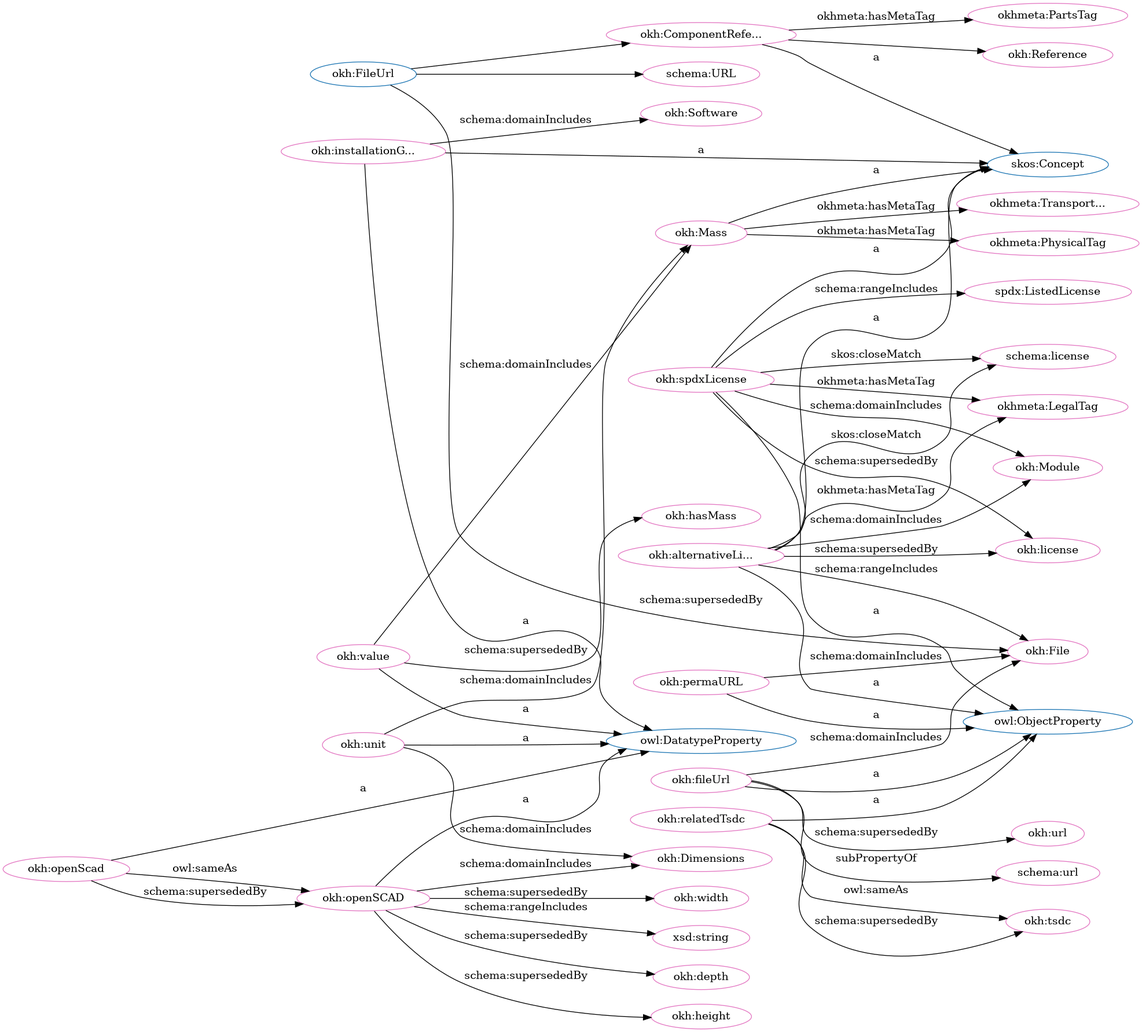
iop-alliance/OpenKnowHow keeps this Graphviz diagram as src/spec/dot_okh_deprecated.png. Above is the earlier version. Its source is kept beside it as src/spec/dot_okh_deprecated.dot.
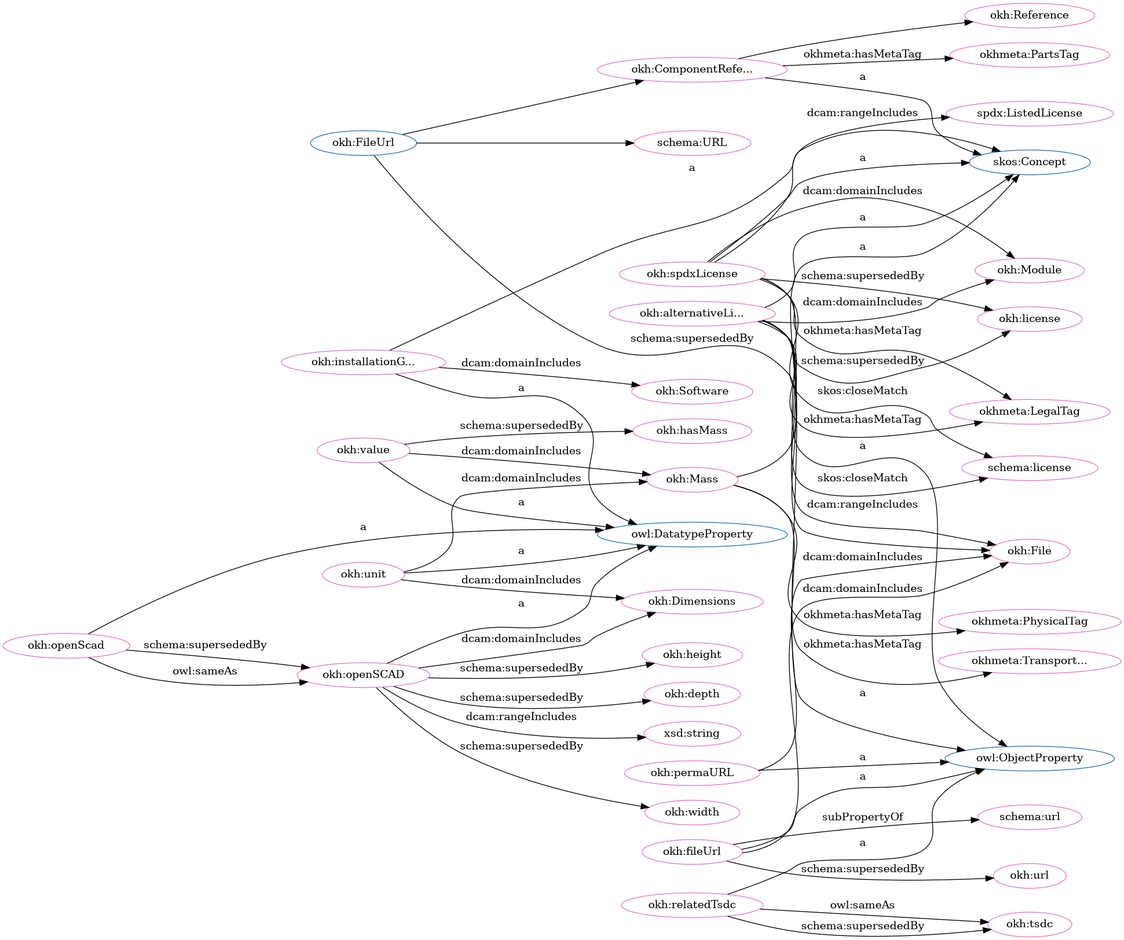
Later version of the same file.

The edit, as a diff of the source:
```diff
@@ -1,101 +1,95 @@
 digraph G {
   rankdir=BT
   node[height=.3]
-"http://w3id.org/oseg/ont/okh#Software" [fillcolor="#1f77b4" color="#1f77b4" label="okh:Software"]
+"http://schema.org/URL" [fillcolor="#1f77b4" color="#1f77b4" label="schema:URL"]
+"http://www.w3.org/2002/07/owl#DatatypeProperty" [fillcolor="#1f77b4" color="#1f77b4" label="owl:DatatypeProperty"]
 "http://w3id.org/oseg/ont/okh#Reference" [fillcolor="#1f77b4" color="#1f77b4" label="okh:Reference"]
+"http://www.w3.org/2004/02/skos/core#Concept" [fillcolor="#1f77b4" color="#1f77b4" label="skos:Concept"]
+"http://www.w3.org/2002/07/owl#ObjectProperty" [fillcolor="#1f77b4" color="#1f77b4" label="owl:ObjectProperty"]
+"http://w3id.org/oseg/ont/okh#ComponentReference" [fillcolor="#1f77b4" color="#1f77b4" label="okh:ComponentRefe..."]
 "http://w3id.org/oseg/ont/okh#Mass" [fillcolor="#1f77b4" color="#1f77b4" label="okh:Mass"]
-"http://w3id.org/oseg/ont/okh#File" [fillcolor="#1f77b4" color="#1f77b4" label="okh:File"]
-"http://w3id.org/oseg/ont/okh#ComponentReference" [fillcolor="#1f77b4" color="#1f77b4" label="okh:ComponentRefe..."]
-"http://w3id.org/oseg/ont/okh#Module" [fillcolor="#1f77b4" color="#1f77b4" label="okh:Module"]
-"http://www.w3.org/2002/07/owl#ObjectProperty" [fillcolor="#1f77b4" color="#1f77b4" label="owl:ObjectProperty"]
-"http://w3id.org/oseg/ont/okh#Dimensions" [fillcolor="#1f77b4" color="#1f77b4" label="okh:Dimensions"]
-"http://www.w3.org/2002/07/owl#DatatypeProperty" [fillcolor="#1f77b4" color="#1f77b4" label="owl:DatatypeProperty"]
-"http://spdx.org/rdf/terms#ListedLicense" [fillcolor="#1f77b4" color="#1f77b4" label="spdx:ListedLicense"]
 "http://w3id.org/oseg/ont/okh#FileUrl" [fillcolor="#1f77b4" color="#1f77b4" label="okh:FileUrl"]
-"http://www.w3.org/2004/02/skos/core#Concept" [fillcolor="#1f77b4" color="#1f77b4" label="skos:Concept"]
-"http://schema.org/URL" [fillcolor="#1f77b4" color="#1f77b4" label="schema:URL"]
-"http://www.w3.org/2001/XMLSchema#string" [fillcolor="#1f77b4" color="#1f77b4" label="xsd:string"]
+"http://schema.org/URL" [fillcolor="#e377c2" color="#e377c2" label="schema:URL"]
+"http://schema.org/url" [fillcolor="#e377c2" color="#e377c2" label="schema:url"]
+"http://w3id.org/oseg/ont/okh#Mass" [fillcolor="#e377c2" color="#e377c2" label="okh:Mass"]
+"http://w3id.org/oseg/ont/okh#spdxLicense" [fillcolor="#e377c2" color="#e377c2" label="okh:spdxLicense"]
+"http://w3id.org/oseg/ont/okhmetaLegalTag" [fillcolor="#e377c2" color="#e377c2" label="okhmeta:LegalTag"]
+"http://w3id.org/oseg/ont/okh#license" [fillcolor="#e377c2" color="#e377c2" label="okh:license"]
+"http://w3id.org/oseg/ont/okh#openSCAD" [fillcolor="#e377c2" color="#e377c2" label="okh:openSCAD"]
+"http://w3id.org/oseg/ont/okh#permaURL" [fillcolor="#e377c2" color="#e377c2" label="okh:permaURL"]
+"http://w3id.org/oseg/ont/okh#ComponentReference" [fillcolor="#e377c2" color="#e377c2" label="okh:ComponentRefe..."]
+"http://w3id.org/oseg/ont/okh#Module" [fillcolor="#e377c2" color="#e377c2" label="okh:Module"]
+"http://w3id.org/oseg/ont/okh#installationGuide" [fillcolor="#e377c2" color="#e377c2" label="okh:installationG..."]
+"http://w3id.org/oseg/ont/okh#alternativeLicense" [fillcolor="#e377c2" color="#e377c2" label="okh:alternativeLi..."]
+"http://w3id.org/oseg/ont/okh#File" [fillcolor="#e377c2" color="#e377c2" label="okh:File"]
+"http://w3id.org/oseg/ont/okh#relatedTsdc" [fillcolor="#e377c2" color="#e377c2" label="okh:relatedTsdc"]
+"http://schema.org/license" [fillcolor="#e377c2" color="#e377c2" label="schema:license"]
+"http://w3id.org/oseg/ont/okh#openScad" [fillcolor="#e377c2" color="#e377c2" label="okh:openScad"]
+"http://w3id.org/oseg/ont/okh#tsdc" [fillcolor="#e377c2" color="#e377c2" label="okh:tsdc"]
+"http://w3id.org/oseg/ont/okhmetaTransportationTag" [fillcolor="#e377c2" color="#e377c2" label="okhmeta:Transport..."]
+"http://w3id.org/oseg/ont/okh#Dimensions" [fillcolor="#e377c2" color="#e377c2" label="okh:Dimensions"]
+"http://w3id.org/oseg/ont/okhmetaPartsTag" [fillcolor="#e377c2" color="#e377c2" label="okhmeta:PartsTag"]
+"http://w3id.org/oseg/ont/okh#Reference" [fillcolor="#e377c2" color="#e377c2" label="okh:Reference"]
+"http://w3id.org/oseg/ont/okh#unit" [fillcolor="#e377c2" color="#e377c2" label="okh:unit"]
+"http://www.w3.org/2001/XMLSchema#string" [fillcolor="#e377c2" color="#e377c2" label="xsd:string"]
+"http://w3id.org/oseg/ont/okh#url" [fillcolor="#e377c2" color="#e377c2" label="okh:url"]
+"http://w3id.org/oseg/ont/okh#width" [fillcolor="#e377c2" color="#e377c2" label="okh:width"]
+"http://w3id.org/oseg/ont/okh#fileUrl" [fillcolor="#e377c2" color="#e377c2" label="okh:fileUrl"]
+"http://w3id.org/oseg/ont/okh#hasMass" [fillcolor="#e377c2" color="#e377c2" label="okh:hasMass"]
+"http://w3id.org/oseg/ont/okh#height" [fillcolor="#e377c2" color="#e377c2" label="okh:height"]
 "http://w3id.org/oseg/ont/okh#Software" [fillcolor="#e377c2" color="#e377c2" label="okh:Software"]
-"http://www.w3.org/2001/XMLSchema#string" [fillcolor="#e377c2" color="#e377c2" label="xsd:string"]
-"http://w3id.org/oseg/ont/okhmetaTransportationTag" [fillcolor="#e377c2" color="#e377c2" label="okhmeta:Transport..."]
+"http://w3id.org/oseg/ont/okh#value" [fillcolor="#e377c2" color="#e377c2" label="okh:value"]
 "http://w3id.org/oseg/ont/okhmetaPhysicalTag" [fillcolor="#e377c2" color="#e377c2" label="okhmeta:PhysicalTag"]
-"http://w3id.org/oseg/ont/okh#unit" [fillcolor="#e377c2" color="#e377c2" label="okh:unit"]
-"http://w3id.org/oseg/ont/okh#tsdc" [fillcolor="#e377c2" color="#e377c2" label="okh:tsdc"]
-"http://w3id.org/oseg/ont/okh#Mass" [fillcolor="#e377c2" color="#e377c2" label="okh:Mass"]
-"http://w3id.org/oseg/ont/okh#Module" [fillcolor="#e377c2" color="#e377c2" label="okh:Module"]
-"http://w3id.org/oseg/ont/okh#spdxLicense" [fillcolor="#e377c2" color="#e377c2" label="okh:spdxLicense"]
 "http://spdx.org/rdf/terms#ListedLicense" [fillcolor="#e377c2" color="#e377c2" label="spdx:ListedLicense"]
-"http://w3id.org/oseg/ont/okh#installationGuide" [fillcolor="#e377c2" color="#e377c2" label="okh:installationG..."]
-"http://w3id.org/oseg/ont/okh#url" [fillcolor="#e377c2" color="#e377c2" label="okh:url"]
-"http://w3id.org/oseg/ont/okh#hasMass" [fillcolor="#e377c2" color="#e377c2" label="okh:hasMass"]
-"http://w3id.org/oseg/ont/okh#File" [fillcolor="#e377c2" color="#e377c2" label="okh:File"]
-"http://w3id.org/oseg/ont/okh#openSCAD" [fillcolor="#e377c2" color="#e377c2" label="okh:openSCAD"]
-"http://w3id.org/oseg/ont/okh#Reference" [fillcolor="#e377c2" color="#e377c2" label="okh:Reference"]
-"http://schema.org/URL" [fillcolor="#e377c2" color="#e377c2" label="schema:URL"]
-"http://w3id.org/oseg/ont/okhmetaPartsTag" [fillcolor="#e377c2" color="#e377c2" label="okhmeta:PartsTag"]
-"http://w3id.org/oseg/ont/okh#license" [fillcolor="#e377c2" color="#e377c2" label="okh:license"]
-"http://w3id.org/oseg/ont/okh#Dimensions" [fillcolor="#e377c2" color="#e377c2" label="okh:Dimensions"]
-"http://w3id.org/oseg/ont/okh#alternativeLicense" [fillcolor="#e377c2" color="#e377c2" label="okh:alternativeLi..."]
-"http://w3id.org/oseg/ont/okh#fileUrl" [fillcolor="#e377c2" color="#e377c2" label="okh:fileUrl"]
-"http://w3id.org/oseg/ont/okh#ComponentReference" [fillcolor="#e377c2" color="#e377c2" label="okh:ComponentRefe..."]
 "http://w3id.org/oseg/ont/okh#depth" [fillcolor="#e377c2" color="#e377c2" label="okh:depth"]
-"http://w3id.org/oseg/ont/okh#permaURL" [fillcolor="#e377c2" color="#e377c2" label="okh:permaURL"]
-"http://w3id.org/oseg/ont/okhmetaLegalTag" [fillcolor="#e377c2" color="#e377c2" label="okhmeta:LegalTag"]
-"http://w3id.org/oseg/ont/okh#height" [fillcolor="#e377c2" color="#e377c2" label="okh:height"]
-"http://w3id.org/oseg/ont/okh#value" [fillcolor="#e377c2" color="#e377c2" label="okh:value"]
-"http://w3id.org/oseg/ont/okh#openScad" [fillcolor="#e377c2" color="#e377c2" label="okh:openScad"]
-"http://schema.org/license" [fillcolor="#e377c2" color="#e377c2" label="schema:license"]
-"http://w3id.org/oseg/ont/okh#width" [fillcolor="#e377c2" color="#e377c2" label="okh:width"]
-"http://schema.org/url" [fillcolor="#e377c2" color="#e377c2" label="schema:url"]
-"http://w3id.org/oseg/ont/okh#relatedTsdc" [fillcolor="#e377c2" color="#e377c2" label="okh:relatedTsdc"]
-  "http://w3id.org/oseg/ont/okh#installationGuide" -> "http://w3id.org/oseg/ont/okh#Software" [label="schema:domainIncludes"]
+  "http://w3id.org/oseg/ont/okh#FileUrl" -> "http://schema.org/URL" [label=""]
+  "http://w3id.org/oseg/ont/okh#fileUrl" -> "http://schema.org/url" [label="subPropertyOf"]
+  "http://w3id.org/oseg/ont/okh#alternativeLicense" -> "http://w3id.org/oseg/ont/okhmetaLegalTag" [label="okhmeta:hasMetaTag"]
+  "http://w3id.org/oseg/ont/okh#spdxLicense" -> "http://www.w3.org/2004/02/skos/core#Concept" [label="a"]
+  "http://w3id.org/oseg/ont/okh#alternativeLicense" -> "http://w3id.org/oseg/ont/okh#license" [label="schema:supersededBy"]
+  "http://w3id.org/oseg/ont/okh#permaURL" -> "http://w3id.org/oseg/ont/okh#File" [label="dcam:domainIncludes"]
+  "http://w3id.org/oseg/ont/okh#fileUrl" -> "http://w3id.org/oseg/ont/okh#File" [label="dcam:domainIncludes"]
+  "http://w3id.org/oseg/ont/okh#FileUrl" -> "http://w3id.org/oseg/ont/okh#File" [label="schema:supersededBy"]
+  "http://w3id.org/oseg/ont/okh#Mass" -> "http://w3id.org/oseg/ont/okhmetaTransportationTag" [label="okhmeta:hasMetaTag"]
+  "http://w3id.org/oseg/ont/okh#ComponentReference" -> "http://w3id.org/oseg/ont/okhmetaPartsTag" [label="okhmeta:hasMetaTag"]
+  "http://w3id.org/oseg/ont/okh#ComponentReference" -> "http://w3id.org/oseg/ont/okh#Reference" [label=""]
+  "http://w3id.org/oseg/ont/okh#unit" -> "http://www.w3.org/2002/07/owl#DatatypeProperty" [label="a"]
+  "http://w3id.org/oseg/ont/okh#alternativeLicense" -> "http://www.w3.org/2004/02/skos/core#Concept" [label="a"]
+  "http://w3id.org/oseg/ont/okh#openSCAD" -> "http://w3id.org/oseg/ont/okh#width" [label="schema:supersededBy"]
+  "http://w3id.org/oseg/ont/okh#fileUrl" -> "http://www.w3.org/2002/07/owl#ObjectProperty" [label="a"]
+  "http://w3id.org/oseg/ont/okh#openSCAD" -> "http://w3id.org/oseg/ont/okh#height" [label="schema:supersededBy"]
+  "http://w3id.org/oseg/ont/okh#spdxLicense" -> "http://w3id.org/oseg/ont/okhmetaLegalTag" [label="okhmeta:hasMetaTag"]
+  "http://w3id.org/oseg/ont/okh#installationGuide" -> "http://w3id.org/oseg/ont/okh#Software" [label="dcam:domainIncludes"]
+  "http://w3id.org/oseg/ont/okh#value" -> "http://www.w3.org/2002/07/owl#DatatypeProperty" [label="a"]
+  "http://w3id.org/oseg/ont/okh#spdxLicense" -> "http://www.w3.org/2002/07/owl#ObjectProperty" [label="a"]
+  "http://w3id.org/oseg/ont/okh#unit" -> "http://w3id.org/oseg/ont/okh#Dimensions" [label="dcam:domainIncludes"]
+  "http://w3id.org/oseg/ont/okh#unit" -> "http://w3id.org/oseg/ont/okh#Mass" [label="dcam:domainIncludes"]
+  "http://w3id.org/oseg/ont/okh#spdxLicense" -> "http://spdx.org/rdf/terms#ListedLicense" [label="dcam:rangeIncludes"]
+  "http://w3id.org/oseg/ont/okh#ComponentReference" -> "http://www.w3.org/2004/02/skos/core#Concept" [label="a"]
+  "http://w3id.org/oseg/ont/okh#openSCAD" -> "http://w3id.org/oseg/ont/okh#depth" [label="schema:supersededBy"]
+  "http://w3id.org/oseg/ont/okh#value" -> "http://w3id.org/oseg/ont/okh#Mass" [label="dcam:domainIncludes"]
+  "http://w3id.org/oseg/ont/okh#openScad" -> "http://w3id.org/oseg/ont/okh#openSCAD" [label="schema:supersededBy"]
+  "http://w3id.org/oseg/ont/okh#permaURL" -> "http://www.w3.org/2002/07/owl#ObjectProperty" [label="a"]
+  "http://w3id.org/oseg/ont/okh#FileUrl" -> "http://w3id.org/oseg/ont/okh#ComponentReference" [label=""]
+  "http://w3id.org/oseg/ont/okh#spdxLicense" -> "http://w3id.org/oseg/ont/okh#Module" [label="dcam:domainIncludes"]
+  "http://w3id.org/oseg/ont/okh#installationGuide" -> "http://www.w3.org/2002/07/owl#DatatypeProperty" [label="a"]
+  "http://w3id.org/oseg/ont/okh#alternativeLicense" -> "http://www.w3.org/2002/07/owl#ObjectProperty" [label="a"]
+  "http://w3id.org/oseg/ont/okh#relatedTsdc" -> "http://www.w3.org/2002/07/owl#ObjectProperty" [label="a"]
+  "http://w3id.org/oseg/ont/okh#installationGuide" -> "http://www.w3.org/2004/02/skos/core#Concept" [label="a"]
+  "http://w3id.org/oseg/ont/okh#spdxLicense" -> "http://schema.org/license" [label="skos:closeMatch"]
+  "http://w3id.org/oseg/ont/okh#openScad" -> "http://www.w3.org/2002/07/owl#DatatypeProperty" [label="a"]
+  "http://w3id.org/oseg/ont/okh#relatedTsdc" -> "http://w3id.org/oseg/ont/okh#tsdc" [label="owl:sameAs"]
+  "http://w3id.org/oseg/ont/okh#alternativeLicense" -> "http://w3id.org/oseg/ont/okh#File" [label="dcam:rangeIncludes"]
+  "http://w3id.org/oseg/ont/okh#openScad" -> "http://w3id.org/oseg/ont/okh#openSCAD" [label="owl:sameAs"]
+  "http://w3id.org/oseg/ont/okh#openSCAD" -> "http://w3id.org/oseg/ont/okh#Dimensions" [label="dcam:domainIncludes"]
+  "http://w3id.org/oseg/ont/okh#openSCAD" -> "http://www.w3.org/2001/XMLSchema#string" [label="dcam:rangeIncludes"]
+  "http://w3id.org/oseg/ont/okh#fileUrl" -> "http://w3id.org/oseg/ont/okh#url" [label="schema:supersededBy"]
+  "http://w3id.org/oseg/ont/okh#alternativeLicense" -> "http://w3id.org/oseg/ont/okh#Module" [label="dcam:domainIncludes"]
+  "http://w3id.org/oseg/ont/okh#value" -> "http://w3id.org/oseg/ont/okh#hasMass" [label="schema:supersededBy"]
+  "http://w3id.org/oseg/ont/okh#relatedTsdc" -> "http://w3id.org/oseg/ont/okh#tsdc" [label="schema:supersededBy"]
+  "http://w3id.org/oseg/ont/okh#spdxLicense" -> "http://w3id.org/oseg/ont/okh#license" [label="schema:supersededBy"]
+  "http://w3id.org/oseg/ont/okh#openSCAD" -> "http://www.w3.org/2002/07/owl#DatatypeProperty" [label="a"]
+  "http://w3id.org/oseg/ont/okh#Mass" -> "http://www.w3.org/2004/02/skos/core#Concept" [label="a"]
+  "http://w3id.org/oseg/ont/okh#alternativeLicense" -> "http://schema.org/license" [label="skos:closeMatch"]
   "http://w3id.org/oseg/ont/okh#Mass" -> "http://w3id.org/oseg/ont/okhmetaPhysicalTag" [label="okhmeta:hasMetaTag"]
-  "http://w3id.org/oseg/ont/okh#spdxLicense" -> "http://w3id.org/oseg/ont/okh#Module" [label="schema:domainIncludes"]
-  "http://w3id.org/oseg/ont/okh#spdxLicense" -> "http://www.w3.org/2002/07/owl#ObjectProperty" [label="a"]
-  "http://w3id.org/oseg/ont/okh#spdxLicense" -> "http://spdx.org/rdf/terms#ListedLicense" [label="schema:rangeIncludes"]
-  "http://w3id.org/oseg/ont/okh#installationGuide" -> "http://www.w3.org/2004/02/skos/core#Concept" [label="a"]
-  "http://w3id.org/oseg/ont/okh#value" -> "http://w3id.org/oseg/ont/okh#hasMass" [label="schema:supersededBy"]
-  "http://w3id.org/oseg/ont/okh#openScad" -> "http://w3id.org/oseg/ont/okh#openSCAD" [label="schema:supersededBy"]
-  "http://w3id.org/oseg/ont/okh#ComponentReference" -> "http://w3id.org/oseg/ont/okh#Reference" [label=""]
-  "http://w3id.org/oseg/ont/okh#FileUrl" -> "http://schema.org/URL" [label=""]
-  "http://w3id.org/oseg/ont/okh#ComponentReference" -> "http://w3id.org/oseg/ont/okhmetaPartsTag" [label="okhmeta:hasMetaTag"]
-  "http://w3id.org/oseg/ont/okh#spdxLicense" -> "http://w3id.org/oseg/ont/okh#license" [label="schema:supersededBy"]
-  "http://w3id.org/oseg/ont/okh#FileUrl" -> "http://w3id.org/oseg/ont/okh#File" [label="schema:supersededBy"]
-  "http://w3id.org/oseg/ont/okh#installationGuide" -> "http://www.w3.org/2002/07/owl#DatatypeProperty" [label="a"]
-  "http://w3id.org/oseg/ont/okh#unit" -> "http://w3id.org/oseg/ont/okh#Dimensions" [label="schema:domainIncludes"]
-  "http://w3id.org/oseg/ont/okh#fileUrl" -> "http://www.w3.org/2002/07/owl#ObjectProperty" [label="a"]
-  "http://w3id.org/oseg/ont/okh#ComponentReference" -> "http://www.w3.org/2004/02/skos/core#Concept" [label="a"]
-  "http://w3id.org/oseg/ont/okh#permaURL" -> "http://www.w3.org/2002/07/owl#ObjectProperty" [label="a"]
-  "http://w3id.org/oseg/ont/okh#openSCAD" -> "http://www.w3.org/2002/07/owl#DatatypeProperty" [label="a"]
-  "http://w3id.org/oseg/ont/okh#openSCAD" -> "http://w3id.org/oseg/ont/okh#height" [label="schema:supersededBy"]
-  "http://w3id.org/oseg/ont/okh#value" -> "http://www.w3.org/2002/07/owl#DatatypeProperty" [label="a"]
-  "http://w3id.org/oseg/ont/okh#relatedTsdc" -> "http://w3id.org/oseg/ont/okh#tsdc" [label="owl:sameAs"]
-  "http://w3id.org/oseg/ont/okh#openScad" -> "http://www.w3.org/2002/07/owl#DatatypeProperty" [label="a"]
-  "http://w3id.org/oseg/ont/okh#openScad" -> "http://w3id.org/oseg/ont/okh#openSCAD" [label="owl:sameAs"]
-  "http://w3id.org/oseg/ont/okh#openSCAD" -> "http://w3id.org/oseg/ont/okh#Dimensions" [label="schema:domainIncludes"]
-  "http://w3id.org/oseg/ont/okh#alternativeLicense" -> "http://w3id.org/oseg/ont/okhmetaLegalTag" [label="okhmeta:hasMetaTag"]
-  "http://w3id.org/oseg/ont/okh#openSCAD" -> "http://www.w3.org/2001/XMLSchema#string" [label="schema:rangeIncludes"]
-  "http://w3id.org/oseg/ont/okh#Mass" -> "http://w3id.org/oseg/ont/okhmetaTransportationTag" [label="okhmeta:hasMetaTag"]
-  "http://w3id.org/oseg/ont/okh#unit" -> "http://www.w3.org/2002/07/owl#DatatypeProperty" [label="a"]
-  "http://w3id.org/oseg/ont/okh#relatedTsdc" -> "http://w3id.org/oseg/ont/okh#tsdc" [label="schema:supersededBy"]
-  "http://w3id.org/oseg/ont/okh#unit" -> "http://w3id.org/oseg/ont/okh#Mass" [label="schema:domainIncludes"]
-  "http://w3id.org/oseg/ont/okh#fileUrl" -> "http://w3id.org/oseg/ont/okh#url" [label="schema:supersededBy"]
-  "http://w3id.org/oseg/ont/okh#alternativeLicense" -> "http://w3id.org/oseg/ont/okh#File" [label="schema:rangeIncludes"]
-  "http://w3id.org/oseg/ont/okh#Mass" -> "http://www.w3.org/2004/02/skos/core#Concept" [label="a"]
-  "http://w3id.org/oseg/ont/okh#value" -> "http://w3id.org/oseg/ont/okh#Mass" [label="schema:domainIncludes"]
-  "http://w3id.org/oseg/ont/okh#alternativeLicense" -> "http://www.w3.org/2004/02/skos/core#Concept" [label="a"]
-  "http://w3id.org/oseg/ont/okh#openSCAD" -> "http://w3id.org/oseg/ont/okh#depth" [label="schema:supersededBy"]
-  "http://w3id.org/oseg/ont/okh#spdxLicense" -> "http://w3id.org/oseg/ont/okhmetaLegalTag" [label="okhmeta:hasMetaTag"]
-  "http://w3id.org/oseg/ont/okh#alternativeLicense" -> "http://w3id.org/oseg/ont/okh#Module" [label="schema:domainIncludes"]
-  "http://w3id.org/oseg/ont/okh#alternativeLicense" -> "http://www.w3.org/2002/07/owl#ObjectProperty" [label="a"]
-  "http://w3id.org/oseg/ont/okh#fileUrl" -> "http://w3id.org/oseg/ont/okh#File" [label="schema:domainIncludes"]
-  "http://w3id.org/oseg/ont/okh#FileUrl" -> "http://w3id.org/oseg/ont/okh#ComponentReference" [label=""]
-  "http://w3id.org/oseg/ont/okh#permaURL" -> "http://w3id.org/oseg/ont/okh#File" [label="schema:domainIncludes"]
-  "http://w3id.org/oseg/ont/okh#alternativeLicense" -> "http://w3id.org/oseg/ont/okh#license" [label="schema:supersededBy"]
-  "http://w3id.org/oseg/ont/okh#spdxLicense" -> "http://www.w3.org/2004/02/skos/core#Concept" [label="a"]
-  "http://w3id.org/oseg/ont/okh#alternativeLicense" -> "http://schema.org/license" [label="skos:closeMatch"]
-  "http://w3id.org/oseg/ont/okh#openSCAD" -> "http://w3id.org/oseg/ont/okh#width" [label="schema:supersededBy"]
-  "http://w3id.org/oseg/ont/okh#fileUrl" -> "http://schema.org/url" [label="subPropertyOf"]
-  "http://w3id.org/oseg/ont/okh#relatedTsdc" -> "http://www.w3.org/2002/07/owl#ObjectProperty" [label="a"]
-  "http://w3id.org/oseg/ont/okh#spdxLicense" -> "http://schema.org/license" [label="skos:closeMatch"]
 }
```
